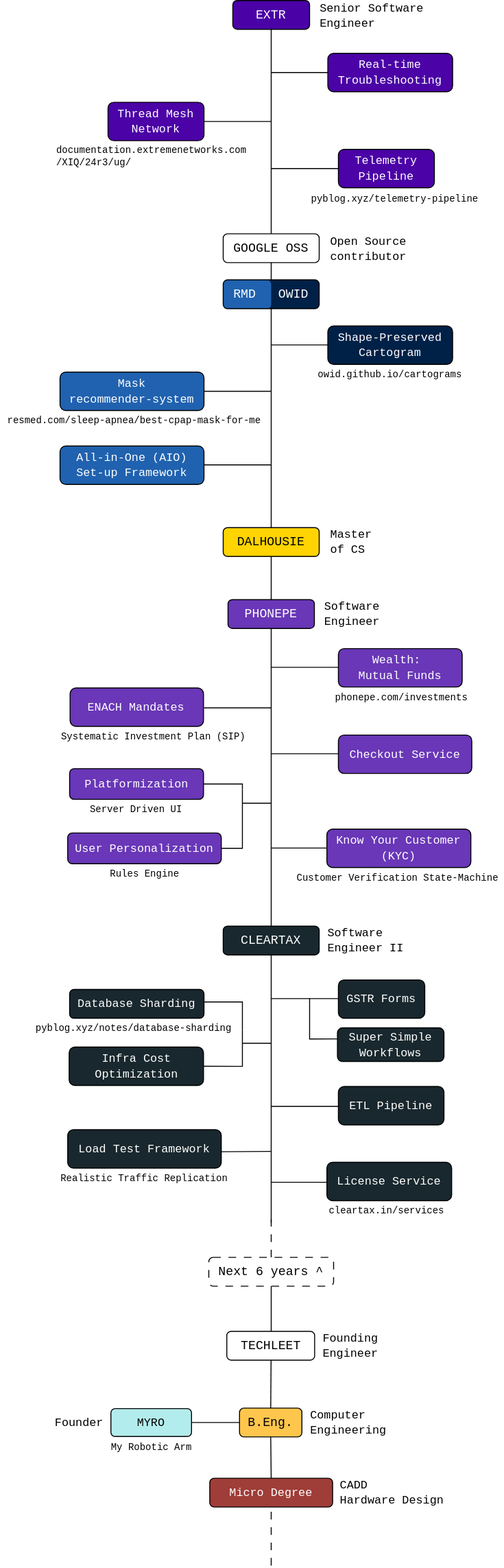
addu390/addu390.github.io keeps this draw.io diagram as assets/img/profile/things-i-have-done.svg. Above is the earlier version. Source tidied: cells renumbered, new cells last; positions are measured from the earlier drawing's top-left corner, leaving out a move shared by most shapes.
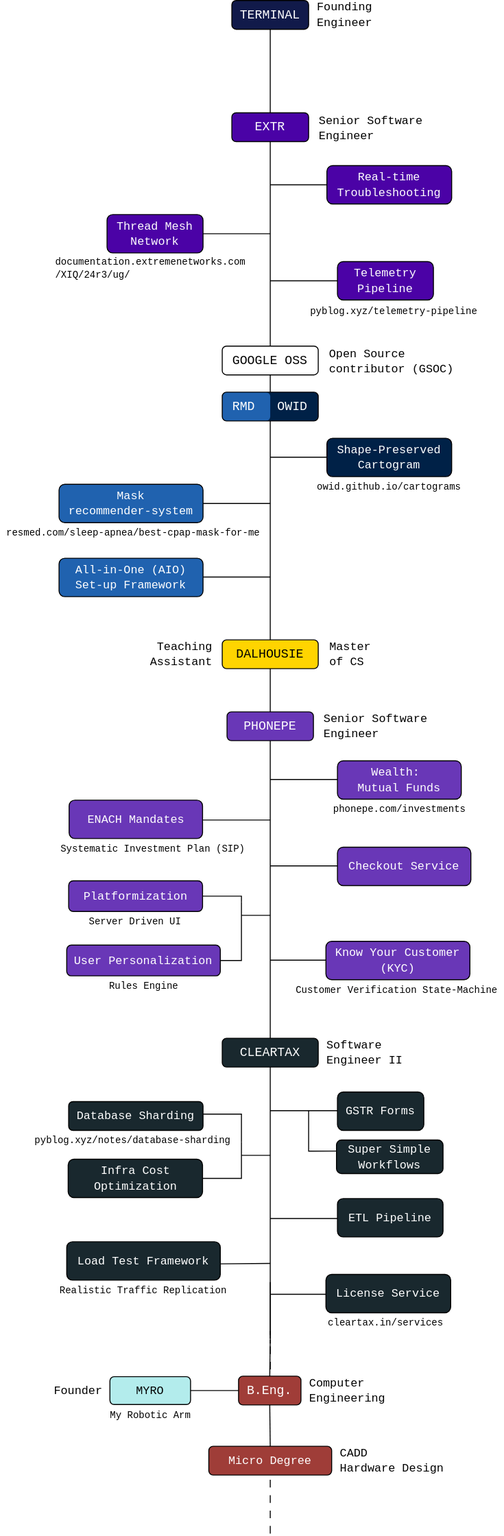
After the commit.

Change to the diagram source:
```diff
@@ -254,8 +254,8 @@
     <mxCell id="59" value="&lt;font face=&quot;monospace, monospace&quot;&gt;Software Engineer II&lt;/font&gt;" style="text;html=1;align=left;verticalAlign=middle;whiteSpace=wrap;rounded=0;" parent="1" vertex="1">
       <mxGeometry x="339" y="964" width="99" height="30" as="geometry" />
     </mxCell>
-    <mxCell id="60" value="&lt;font face=&quot;monospace, monospace&quot;&gt;Software Engineer&lt;/font&gt;" style="text;html=1;align=center;verticalAlign=middle;whiteSpace=wrap;rounded=0;" parent="1" vertex="1">
-      <mxGeometry x="332" y="624" width="69" height="30" as="geometry" />
+    <mxCell id="60" value="&lt;font face=&quot;monospace, monospace&quot;&gt;Senior Software Engineer&lt;/font&gt;" style="text;html=1;align=left;verticalAlign=middle;whiteSpace=wrap;rounded=0;" parent="1" vertex="1">
+      <mxGeometry x="336" y="624" width="120" height="30" as="geometry" />
     </mxCell>
     <mxCell id="61" value="&lt;font face=&quot;monospace, monospace&quot;&gt;Master &lt;br&gt;of CS&lt;/font&gt;" style="text;html=1;align=left;verticalAlign=middle;whiteSpace=wrap;rounded=0;" parent="1" vertex="1">
       <mxGeometry x="342" y="549" width="50" height="30" as="geometry" />
@@ -266,61 +266,54 @@
     <mxCell id="63" value="&lt;font style=&quot;font-size: 13px;&quot; face=&quot;monospace, monospace&quot;&gt;GOOGLE OSS&lt;/font&gt;" style="rounded=1;whiteSpace=wrap;html=1;" parent="1" vertex="1">
       <mxGeometry x="232" y="243" width="100" height="30" as="geometry" />
     </mxCell>
-    <mxCell id="64" value="&lt;font face=&quot;monospace, monospace&quot;&gt;Open Source&lt;/font&gt;&lt;div&gt;&lt;font face=&quot;monospace, monospace&quot;&gt;contributor&lt;br&gt;&lt;/font&gt;&lt;/div&gt;" style="text;html=1;align=center;verticalAlign=middle;whiteSpace=wrap;rounded=0;" parent="1" vertex="1">
-      <mxGeometry x="337" y="244" width="93" height="30" as="geometry" />
+    <mxCell id="64" value="&lt;div style=&quot;text-align: left;&quot;&gt;&lt;span style=&quot;font-family: monospace, monospace; background-color: transparent; color: light-dark(rgb(0, 0, 0), rgb(255, 255, 255));&quot;&gt;Open Source&lt;/span&gt;&lt;/div&gt;&lt;div style=&quot;text-align: left;&quot;&gt;&lt;font face=&quot;monospace, monospace&quot;&gt;contributor (GSOC)&lt;br&gt;&lt;/font&gt;&lt;/div&gt;" style="text;html=1;align=center;verticalAlign=middle;whiteSpace=wrap;rounded=0;" parent="1" vertex="1">
+      <mxGeometry x="341" y="244" width="135" height="30" as="geometry" />
     </mxCell>
     <mxCell id="65" value="&lt;div style=&quot;font-size: 10px;&quot;&gt;&lt;font style=&quot;font-size: 10px;&quot; face=&quot;monospace, monospace&quot;&gt;documentation.extremenetworks.com&lt;/font&gt;&lt;/div&gt;&lt;div style=&quot;text-align: left; font-size: 10px;&quot;&gt;&lt;font style=&quot;font-size: 10px;&quot; face=&quot;monospace, monospace&quot;&gt;/XIQ/24r3/ug/&lt;/font&gt;&lt;/div&gt;" style="text;html=1;align=center;verticalAlign=middle;whiteSpace=wrap;rounded=0;" parent="1" vertex="1">
       <mxGeometry x="45" y="147" width="225" height="30" as="geometry" />
     </mxCell>
-    <mxCell id="66" style="endArrow=none;html=1;rounded=0;dashed=1;dashPattern=8 8;exitX=0.5;exitY=0;exitDx=0;exitDy=0;" parent="1" edge="1" source="67">
+    <mxCell id="66" style="endArrow=none;html=1;rounded=0;dashed=1;dashPattern=8 8;exitX=0.5;exitY=0;exitDx=0;exitDy=0;" parent="1" edge="1">
       <mxGeometry relative="1" as="geometry">
+        <mxPoint x="282" y="1309" as="sourcePoint" />
         <mxPoint x="282" y="1263" as="targetPoint" />
       </mxGeometry>
     </mxCell>
-    <mxCell id="67" value="&lt;font face=&quot;monospace, monospace&quot;&gt;&lt;span style=&quot;font-size: 13px;&quot;&gt;Next 6 years ^&lt;/span&gt;&lt;/font&gt;" style="rounded=1;whiteSpace=wrap;html=1;dashed=1;dashPattern=8 8;" parent="1" vertex="1">
-      <mxGeometry x="217" y="1309" width="130" height="30" as="geometry" />
-    </mxCell>
-    <mxCell id="68" style="endArrow=none;html=1;rounded=0;entryX=0.5;entryY=1;entryDx=0;entryDy=0;exitX=0.5;exitY=0;exitDx=0;exitDy=0;" parent="1" edge="1" target="67">
+    <mxCell id="68" style="endArrow=none;html=1;rounded=0;entryX=0.5;entryY=1;entryDx=0;entryDy=0;exitX=0.5;exitY=0;exitDx=0;exitDy=0;" parent="1" edge="1">
       <mxGeometry relative="1" as="geometry">
-        <mxPoint x="282" y="1403" as="sourcePoint" />
+        <mxPoint x="282" y="1282" as="sourcePoint" />
+        <mxPoint x="282" y="1218" as="targetPoint" />
       </mxGeometry>
     </mxCell>
     <mxCell id="69" value="&lt;font face=&quot;monospace, monospace&quot;&gt;Founder&lt;/font&gt;" style="text;html=1;align=left;verticalAlign=middle;whiteSpace=wrap;rounded=0;" parent="1" vertex="1">
-      <mxGeometry x="55" y="1473" width="58" height="16" as="geometry" />
+      <mxGeometry x="55" y="1323" width="58" height="16" as="geometry" />
     </mxCell>
-    <mxCell id="70" value="&lt;font face=&quot;monospace, monospace&quot;&gt;Founding&lt;/font&gt;&lt;div&gt;&lt;font face=&quot;monospace, monospace&quot;&gt;Engineer&lt;/font&gt;&lt;/div&gt;" style="text;html=1;align=left;verticalAlign=middle;whiteSpace=wrap;rounded=0;" parent="1" vertex="1">
-      <mxGeometry x="334" y="1386" width="58" height="30" as="geometry" />
-    </mxCell>
     <mxCell id="71" style="endArrow=none;html=1;rounded=0;exitX=0.5;exitY=0;exitDx=0;exitDy=0;" parent="1" edge="1" source="75">
       <mxGeometry relative="1" as="geometry">
-        <mxPoint x="282" y="1399" as="targetPoint" />
+        <mxPoint x="282" y="1278" as="targetPoint" />
       </mxGeometry>
     </mxCell>
     <mxCell id="72" value="&lt;font face=&quot;monospace, monospace&quot; style=&quot;font-size: 12px;&quot;&gt;Micro Degree&lt;/font&gt;" style="rounded=1;whiteSpace=wrap;html=1;fillColor=#9f3d38;strokeColor=#000000;fontColor=#ffffff;" parent="1" vertex="1">
-      <mxGeometry x="218" y="1539" width="128" height="30" as="geometry" />
+      <mxGeometry x="218" y="1389" width="128" height="30" as="geometry" />
     </mxCell>
-    <mxCell id="73" value="&lt;font face=&quot;monospace, monospace&quot; style=&quot;font-size: 13px;&quot;&gt;TECHLEET&lt;/font&gt;" style="rounded=1;whiteSpace=wrap;html=1;fillColor=#ffffff;strokeColor=#000000;fontColor=#000000;" parent="1" vertex="1">
-      <mxGeometry x="235.8" y="1386" width="91.5" height="30" as="geometry" />
-    </mxCell>
     <mxCell id="74" value="&lt;font face=&quot;monospace, monospace&quot;&gt;Computer&lt;/font&gt;&lt;div&gt;&lt;font face=&quot;monospace, monospace&quot;&gt;Engineering&lt;/font&gt;&lt;/div&gt;" style="text;html=1;align=left;verticalAlign=middle;whiteSpace=wrap;rounded=0;" parent="1" vertex="1">
-      <mxGeometry x="320.5" y="1466" width="91" height="30" as="geometry" />
+      <mxGeometry x="320.5" y="1316" width="91" height="30" as="geometry" />
     </mxCell>
-    <mxCell id="75" value="&lt;font face=&quot;monospace, monospace&quot;&gt;&lt;span style=&quot;font-size: 13px;&quot;&gt;B.Eng.&lt;/span&gt;&lt;/font&gt;" style="rounded=1;whiteSpace=wrap;html=1;fillColor=#ffc64d;" parent="1" vertex="1">
-      <mxGeometry x="249" y="1466" width="65" height="30" as="geometry" />
+    <mxCell id="75" value="&lt;font style=&quot;color: light-dark(rgb(255, 255, 255), rgb(237, 237, 237));&quot; face=&quot;monospace, monospace&quot;&gt;&lt;span style=&quot;font-size: 13px;&quot;&gt;B.Eng.&lt;/span&gt;&lt;/font&gt;" style="rounded=1;whiteSpace=wrap;html=1;fillColor=light-dark(#a03d38, #6e3d00);" parent="1" vertex="1">
+      <mxGeometry x="249" y="1316" width="65" height="30" as="geometry" />
     </mxCell>
     <mxCell id="76" value="&lt;font face=&quot;monospace, monospace&quot;&gt;CADD&lt;/font&gt;&lt;div&gt;&lt;font face=&quot;monospace, monospace&quot;&gt;Hardware Design&lt;/font&gt;&lt;/div&gt;" style="text;html=1;align=left;verticalAlign=middle;whiteSpace=wrap;rounded=0;" parent="1" vertex="1">
-      <mxGeometry x="352.5" y="1539" width="125.5" height="30" as="geometry" />
+      <mxGeometry x="352.5" y="1389" width="125.5" height="30" as="geometry" />
     </mxCell>
     <mxCell id="77" style="endArrow=none;html=1;rounded=0;entryX=0.5;entryY=1;entryDx=0;entryDy=0;exitX=0.5;exitY=0;exitDx=0;exitDy=0;" parent="1" edge="1" source="72" target="75">
       <mxGeometry relative="1" as="geometry" />
     </mxCell>
     <mxCell id="78" style="endArrow=none;html=1;rounded=0;dashed=1;dashPattern=8 8;entryX=0.5;entryY=1;entryDx=0;entryDy=0;" parent="1" edge="1" target="72">
       <mxGeometry relative="1" as="geometry">
-        <mxPoint x="282" y="1630" as="sourcePoint" />
+        <mxPoint x="282" y="1480" as="sourcePoint" />
       </mxGeometry>
     </mxCell>
     <mxCell id="79" value="&lt;font face=&quot;monospace, monospace&quot;&gt;MYRO&lt;/font&gt;" style="rounded=1;whiteSpace=wrap;html=1;fillColor=#b3ecec;" parent="1" vertex="1">
-      <mxGeometry x="115" y="1466.5" width="84" height="29" as="geometry" />
+      <mxGeometry x="115" y="1316.5" width="84" height="29" as="geometry" />
     </mxCell>
     <mxCell id="80" style="endArrow=none;html=1;rounded=0;entryX=0;entryY=0.5;entryDx=0;entryDy=0;exitX=1;exitY=0.5;exitDx=0;exitDy=0;" parent="1" edge="1" source="79" target="75">
       <mxGeometry relative="1" as="geometry" />
@@ -338,7 +331,7 @@
       <mxGeometry x="89" y="899" width="123" height="20" as="geometry" />
     </mxCell>
     <mxCell id="85" value="&lt;font face=&quot;monospace, monospace&quot; style=&quot;font-size: 10px;&quot;&gt;My Robotic Arm&lt;/font&gt;" style="text;html=1;align=center;verticalAlign=middle;whiteSpace=wrap;rounded=0;" parent="1" vertex="1">
-      <mxGeometry x="98.8" y="1495.5" width="116.5" height="20" as="geometry" />
+      <mxGeometry x="98.8" y="1345.5" width="116.5" height="20" as="geometry" />
     </mxCell>
     <mxCell id="86" value="&lt;font face=&quot;monospace, monospace&quot;&gt;License Service&lt;/font&gt;" style="rounded=1;whiteSpace=wrap;html=1;fillColor=#19282e;fontColor=#ffffff;" parent="1" vertex="1">
       <mxGeometry x="340" y="1210" width="130" height="40" as="geometry" />
@@ -346,5 +339,17 @@
     <mxCell id="87" value="&lt;font face=&quot;monospace, monospace&quot;&gt;&lt;span style=&quot;font-size: 10px;&quot;&gt;cleartax.in/services&lt;/span&gt;&lt;/font&gt;" style="text;html=1;align=center;verticalAlign=middle;whiteSpace=wrap;rounded=0;" parent="1" vertex="1">
       <mxGeometry x="337" y="1250" width="131" height="20" as="geometry" />
     </mxCell>
+    <mxCell id="88" value="&lt;font style=&quot;font-size: 13px;&quot; face=&quot;monospace, monospace&quot;&gt;TERMINAL&lt;/font&gt;" style="rounded=1;whiteSpace=wrap;html=1;fillColor=light-dark(#111a4a, #fabdff);fontColor=#ffffff;" parent="1" vertex="1">
+      <mxGeometry x="242" y="-117" width="80" height="30" as="geometry" />
+    </mxCell>
+    <mxCell id="70" value="&lt;font face=&quot;monospace, monospace&quot;&gt;Founding Engineer&lt;/font&gt;" style="text;html=1;align=left;verticalAlign=middle;whiteSpace=wrap;rounded=0;" parent="1" vertex="1">
+      <mxGeometry x="328.5" y="-117" width="73.5" height="30" as="geometry" />
+    </mxCell>
+    <mxCell id="89" style="endArrow=none;html=1;rounded=0;exitX=0.5;exitY=0;exitDx=0;exitDy=0;entryX=0.5;entryY=1;entryDx=0;entryDy=0;" parent="1" edge="1" source="7" target="88">
+      <mxGeometry relative="1" as="geometry" />
+    </mxCell>
+    <mxCell id="90" value="&lt;font face=&quot;monospace, monospace&quot;&gt;Teaching&lt;br&gt;Assistant&lt;/font&gt;" style="text;html=1;align=right;verticalAlign=middle;whiteSpace=wrap;rounded=0;" parent="1" vertex="1">
+      <mxGeometry x="137" y="549" width="87" height="30" as="geometry" />
+    </mxCell>
   </root>
 </mxGraphModel>
```
